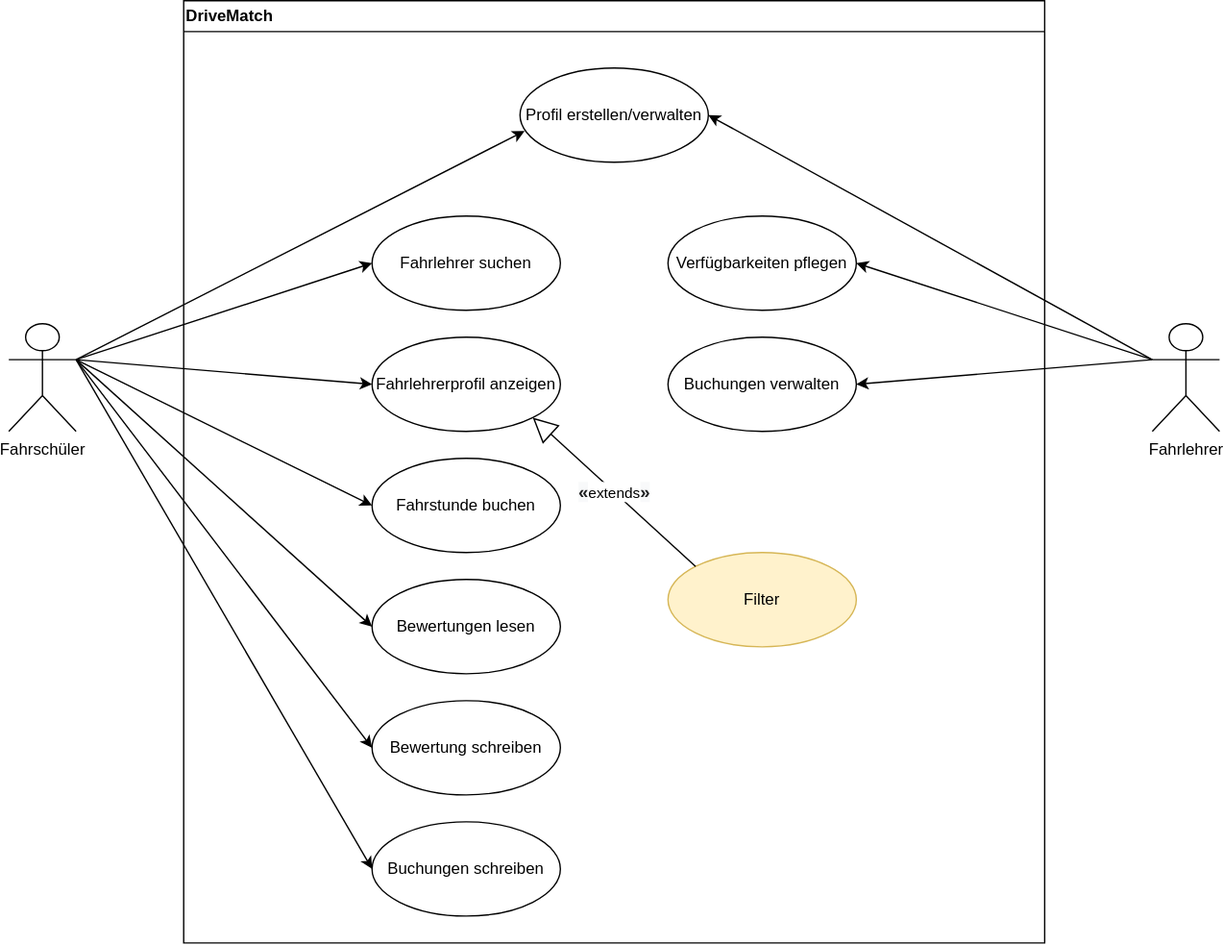
The draw.io diagram doc/figures/use-case-diagram.drawio.svg in ljodzavsr/Software-Engineering-Semesterprojekt-DriveMatch, before a commit. Source tidied: cells renumbered, new cells last; positions are measured from the earlier drawing's top-left corner, leaving out a move shared by most shapes.
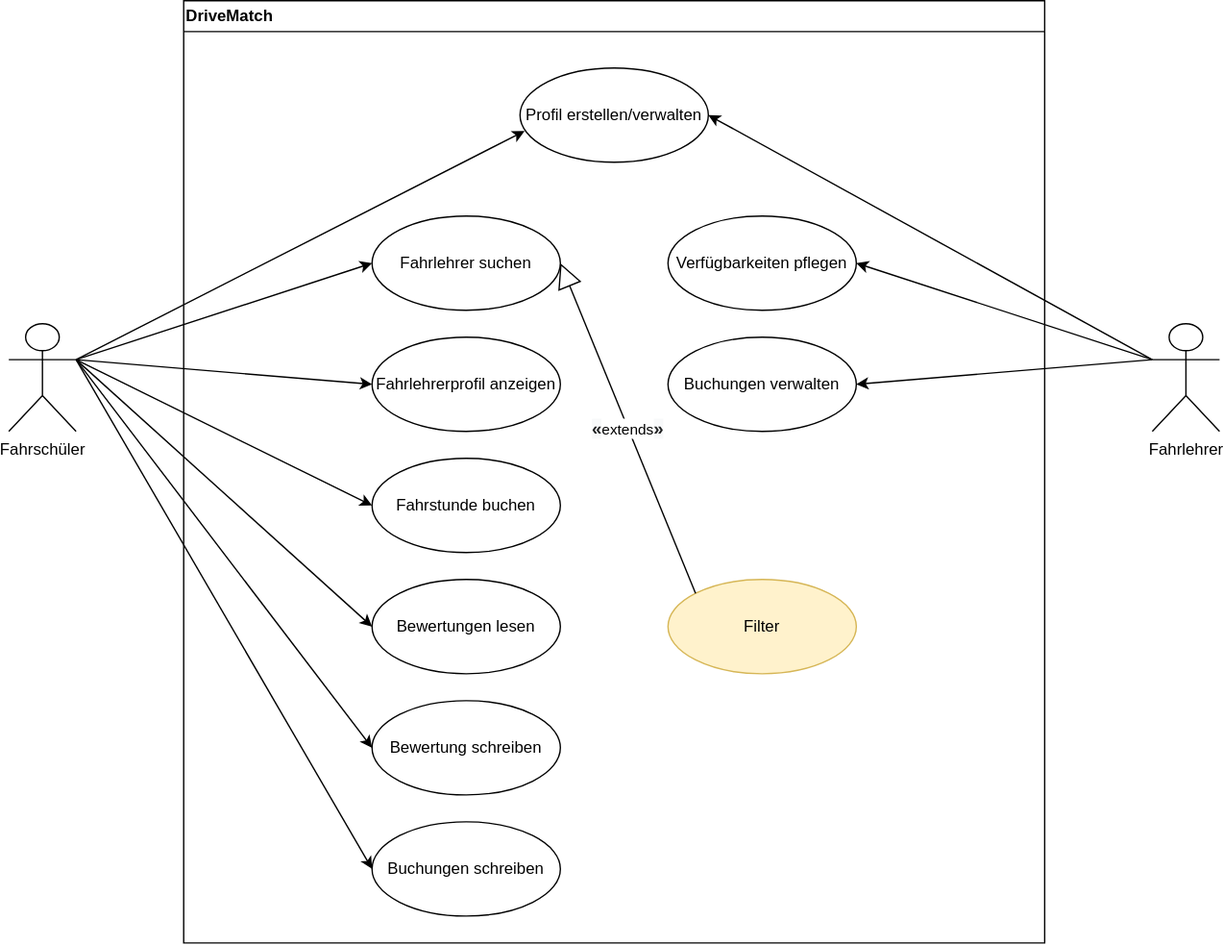
After the commit.

Commit message:
Adaption Requirements

Diff of the diagram source:
```diff
@@ -33,9 +33,9 @@
       <mxGeometry x="360" y="250" width="140" height="70" as="geometry" />
     </mxCell>
     <mxCell id="12" value="Filter" style="ellipse;whiteSpace=wrap;html=1;fillColor=#fff2cc;strokeColor=#d6b656;" parent="3" vertex="1">
-      <mxGeometry x="360" y="410" width="140" height="70" as="geometry" />
+      <mxGeometry x="360" y="430" width="140" height="70" as="geometry" />
     </mxCell>
-    <mxCell id="13" value="&lt;b style=&quot;color: rgb(32, 33, 34); font-family: sans-serif; font-size: 13.3px; text-align: right; text-wrap: wrap; background-color: rgb(248, 249, 250);&quot;&gt;«&lt;/b&gt;extends&lt;b style=&quot;color: rgb(32, 33, 34); font-family: sans-serif; font-size: 13.3px; text-align: right; text-wrap: wrap; background-color: rgb(248, 249, 250);&quot;&gt;»&lt;/b&gt;" style="endArrow=block;endSize=16;endFill=0;html=1;rounded=0;entryX=1;entryY=1;entryDx=0;entryDy=0;exitX=0;exitY=0;exitDx=0;exitDy=0;" parent="3" edge="1" source="12" target="7">
+    <mxCell id="13" value="&lt;b style=&quot;color: rgb(32, 33, 34); font-family: sans-serif; font-size: 13.3px; text-align: right; text-wrap: wrap; background-color: rgb(248, 249, 250);&quot;&gt;«&lt;/b&gt;extends&lt;b style=&quot;color: rgb(32, 33, 34); font-family: sans-serif; font-size: 13.3px; text-align: right; text-wrap: wrap; background-color: rgb(248, 249, 250);&quot;&gt;»&lt;/b&gt;" style="endArrow=block;endSize=16;endFill=0;html=1;rounded=0;entryX=1;entryY=0.5;entryDx=0;entryDy=0;exitX=0;exitY=0;exitDx=0;exitDy=0;" parent="3" edge="1" source="12" target="4">
       <mxGeometry relative="1" as="geometry" />
     </mxCell>
     <mxCell id="14" value="Buchungen schreiben" style="ellipse;whiteSpace=wrap;html=1;" parent="3" vertex="1">
```
